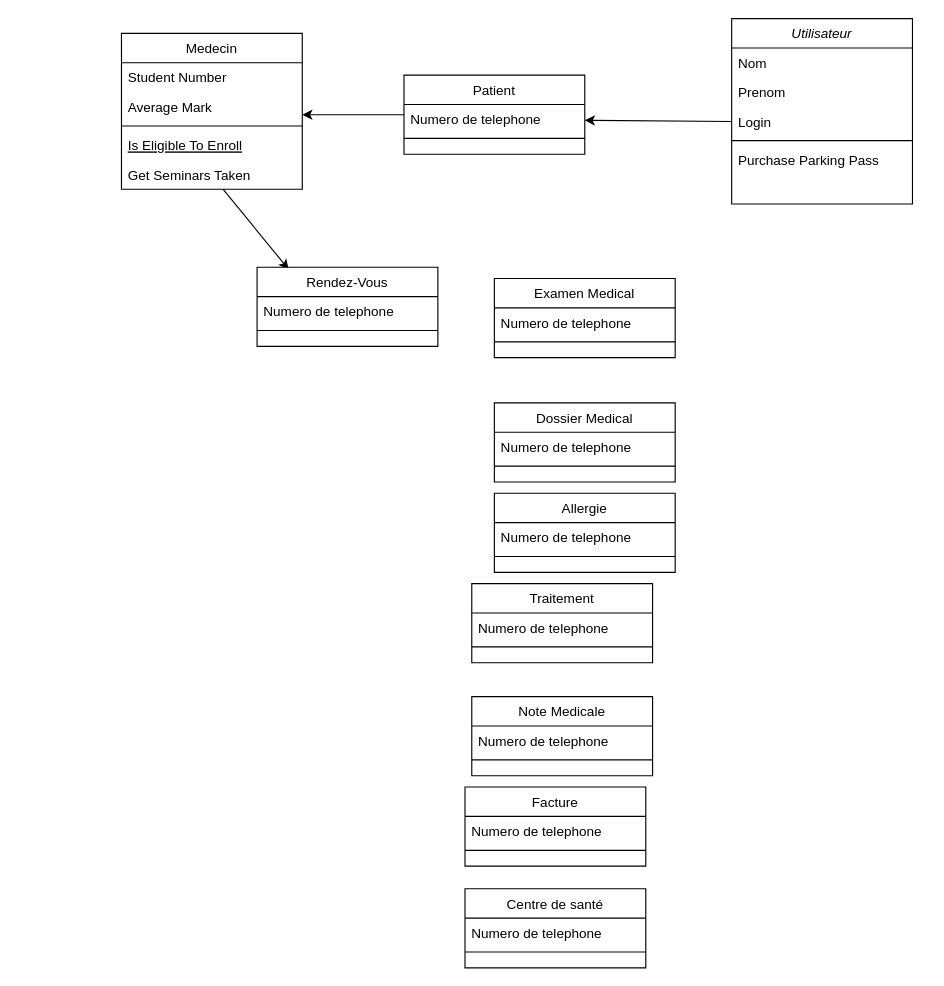
Earlier version of the draw.io diagram Diagramme des classes.drawio (2023SMAGIR2A/Medical-Info-A). Source tidied: cells renumbered, new cells numbered last; positions are measured from the earlier drawing's top-left corner, leaving out a move shared by most shapes. Both pictures are drawn from the tidied source at 113%, with x=0, y=0 at pixel (121, 18).
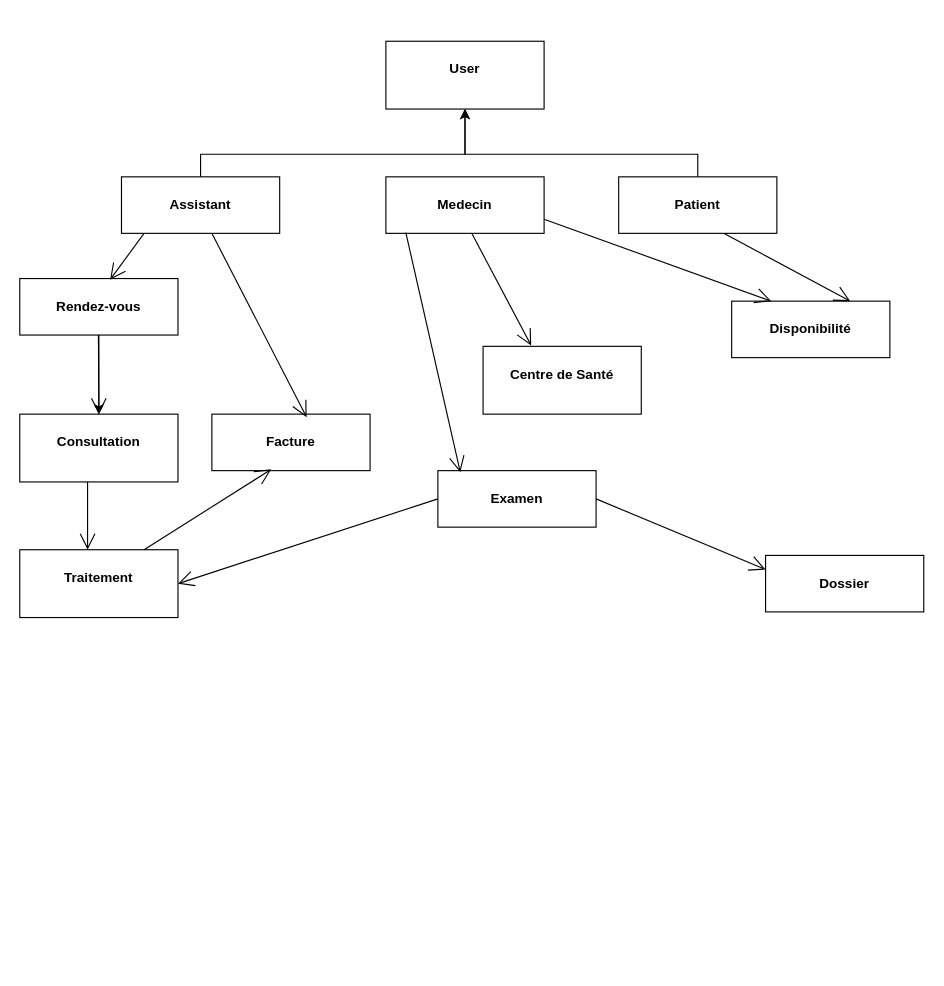
The same diagram, later.

Commit message:
Mettre à jour Diagramme des classes.drawio

The edit, as a diff of the source:
```diff
@@
-    <mxCell id="2" value="Utilisateur" style="swimlane;fontStyle=2;align=center;verticalAlign=top;horizontal=1;startSize=26;rounded=0;shadow=0;strokeWidth=1;" parent="1" vertex="1">
-      <mxGeometry x="540" width="160" height="164" as="geometry" />
-    </mxCell>
-    <mxCell id="3" value="Nom" style="text;align=left;verticalAlign=top;spacingLeft=4;spacingRight=4;overflow=hidden;" parent="2" vertex="1">
-      <mxGeometry y="26" width="160" height="26" as="geometry" />
-    </mxCell>
-    <mxCell id="4" value="Prenom" style="text;align=left;verticalAlign=top;spacingLeft=4;spacingRight=4;overflow=hidden;rounded=0;shadow=0;html=0;" parent="2" vertex="1">
-      <mxGeometry y="52" width="160" height="26" as="geometry" />
-    </mxCell>
-    <mxCell id="5" value="Login" style="text;align=left;verticalAlign=top;spacingLeft=4;spacingRight=4;overflow=hidden;points=[[0,0.5],[1,0.5]];portConstraint=eastwest;rounded=0;shadow=0;html=0;" parent="2" vertex="1">
-      <mxGeometry y="78" width="160" height="26" as="geometry" />
-    </mxCell>
-    <mxCell id="6" style="line;html=1;strokeWidth=1;align=left;verticalAlign=middle;spacingTop=-1;spacingLeft=3;spacingRight=3;labelPosition=right;" parent="2" vertex="1">
-      <mxGeometry y="104" width="160" height="8" as="geometry" />
-    </mxCell>
-    <mxCell id="7" value="Purchase Parking Pass" style="text;align=left;verticalAlign=top;spacingLeft=4;spacingRight=4;overflow=hidden;" parent="2" vertex="1">
-      <mxGeometry y="112" width="160" height="26" as="geometry" />
-    </mxCell>
+    <mxCell id="44" value="&lt;p style=&quot;margin:0px;margin-top:4px;text-align:center;&quot;&gt;&lt;br&gt;&lt;b&gt;User&lt;/b&gt;&lt;/p&gt;" style="verticalAlign=top;align=left;overflow=fill;fontSize=12;fontFamily=Helvetica;html=1;whiteSpace=wrap;" parent="1" vertex="1">
+      <mxGeometry x="234" y="20" width="140" height="60" as="geometry" />
+    </mxCell>
+    <mxCell id="45" style="edgeStyle=orthogonalEdgeStyle;rounded=0;jettySize=auto;html=1;entryX=0.5;entryY=1;entryDx=0;entryDy=0;" parent="1" edge="1" source="46" target="44">
+      <mxGeometry relative="1" as="geometry">
+        <Array as="points">
+          <mxPoint x="70" y="120" />
+          <mxPoint x="304" y="120" />
+        </Array>
+      </mxGeometry>
+    </mxCell>
+    <mxCell id="46" value="&lt;p style=&quot;margin:0px;margin-top:4px;text-align:center;&quot;&gt;&lt;br&gt;&lt;b&gt;Assistant&lt;/b&gt;&lt;/p&gt;" style="verticalAlign=top;align=left;overflow=fill;fontSize=12;fontFamily=Helvetica;html=1;whiteSpace=wrap;" parent="1" vertex="1">
+      <mxGeometry y="140" width="140" height="50" as="geometry" />
+    </mxCell>
+    <mxCell id="15" value="&lt;p style=&quot;margin:0px;margin-top:4px;text-align:center;&quot;&gt;&lt;br&gt;&lt;b&gt;Patient&lt;/b&gt;&lt;/p&gt;" style="verticalAlign=top;align=left;overflow=fill;fontSize=12;fontFamily=Helvetica;html=1;whiteSpace=wrap;" parent="1" vertex="1">
+      <mxGeometry x="440" y="140" width="140" height="50" as="geometry" />
+    </mxCell>
+    <mxCell id="47" value="&lt;p style=&quot;margin:0px;margin-top:4px;text-align:center;&quot;&gt;&lt;br&gt;&lt;b&gt;Examen&lt;/b&gt;&lt;/p&gt;" style="verticalAlign=top;align=left;overflow=fill;fontSize=12;fontFamily=Helvetica;html=1;whiteSpace=wrap;" parent="1" vertex="1">
+      <mxGeometry x="280" y="400" width="140" height="50" as="geometry" />
+    </mxCell>
+    <mxCell id="48" value="&lt;p style=&quot;margin:0px;margin-top:4px;text-align:center;&quot;&gt;&lt;br&gt;&lt;b&gt;Dossier&lt;/b&gt;&lt;/p&gt;" style="verticalAlign=top;align=left;overflow=fill;fontSize=12;fontFamily=Helvetica;html=1;whiteSpace=wrap;" parent="1" vertex="1">
+      <mxGeometry x="570" y="475" width="140" height="50" as="geometry" />
+    </mxCell>
+    <mxCell id="26" value="&lt;p style=&quot;margin:0px;margin-top:4px;text-align:center;&quot;&gt;&lt;br&gt;&lt;b&gt;Facture&lt;/b&gt;&lt;/p&gt;" style="verticalAlign=top;align=left;overflow=fill;fontSize=12;fontFamily=Helvetica;html=1;whiteSpace=wrap;" parent="1" vertex="1">
+      <mxGeometry x="80" y="350" width="140" height="50" as="geometry" />
+    </mxCell>
+    <mxCell id="49" value="&lt;p style=&quot;margin:0px;margin-top:4px;text-align:center;&quot;&gt;&lt;br&gt;&lt;b&gt;Consultation&lt;/b&gt;&lt;/p&gt;" style="verticalAlign=top;align=left;overflow=fill;fontSize=12;fontFamily=Helvetica;html=1;whiteSpace=wrap;" parent="1" vertex="1">
+      <mxGeometry x="-90" y="350" width="140" height="60" as="geometry" />
+    </mxCell>
+    <mxCell id="50" value="&lt;p style=&quot;margin:0px;margin-top:4px;text-align:center;&quot;&gt;&lt;br&gt;&lt;b&gt;Centre de Santé&lt;/b&gt;&lt;/p&gt;" style="verticalAlign=top;align=left;overflow=fill;fontSize=12;fontFamily=Helvetica;html=1;whiteSpace=wrap;" parent="1" vertex="1">
+      <mxGeometry x="320" y="290" width="140" height="60" as="geometry" />
+    </mxCell>
+    <mxCell id="51" value="&lt;p style=&quot;margin:0px;margin-top:4px;text-align:center;&quot;&gt;&lt;br&gt;&lt;b&gt;Disponibilité&lt;/b&gt;&lt;/p&gt;" style="verticalAlign=top;align=left;overflow=fill;fontSize=12;fontFamily=Helvetica;html=1;whiteSpace=wrap;" parent="1" vertex="1">
+      <mxGeometry x="540" y="250" width="140" height="50" as="geometry" />
+    </mxCell>
+    <mxCell id="52" style="edgeStyle=orthogonalEdgeStyle;rounded=0;jettySize=auto;html=1;entryX=0.5;entryY=1;entryDx=0;entryDy=0;exitX=0.5;exitY=0;exitDx=0;exitDy=0;" parent="1" edge="1" source="15" target="44">
+      <mxGeometry relative="1" as="geometry">
+        <Array as="points">
+          <mxPoint x="510" y="120" />
+          <mxPoint x="304" y="120" />
+        </Array>
+      </mxGeometry>
+    </mxCell>
-    <mxCell id="8" value="Medecin" style="swimlane;fontStyle=0;align=center;verticalAlign=top;horizontal=1;startSize=26;rounded=0;shadow=0;strokeWidth=1;" parent="1" vertex="1">
-      <mxGeometry y="13" width="160" height="138" as="geometry" />
+    <mxCell id="8" value="&lt;p style=&quot;margin:0px;margin-top:4px;text-align:center;&quot;&gt;&lt;br&gt;&lt;b&gt;Medecin&lt;/b&gt;&lt;/p&gt;" style="verticalAlign=top;align=left;overflow=fill;fontSize=12;fontFamily=Helvetica;html=1;whiteSpace=wrap;" parent="1" vertex="1">
+      <mxGeometry x="234" y="140" width="140" height="50" as="geometry" />
     </mxCell>
-    <mxCell id="9" value="Student Number" style="text;align=left;verticalAlign=top;spacingLeft=4;spacingRight=4;overflow=hidden;" parent="8" vertex="1">
-      <mxGeometry y="26" width="160" height="26" as="geometry" />
-    </mxCell>
-    <mxCell id="10" value="Average Mark" style="text;align=left;verticalAlign=top;spacingLeft=4;spacingRight=4;overflow=hidden;rounded=0;shadow=0;html=0;" parent="8" vertex="1">
-      <mxGeometry y="52" width="160" height="26" as="geometry" />
-    </mxCell>
-    <mxCell id="11" style="line;html=1;strokeWidth=1;align=left;verticalAlign=middle;spacingTop=-1;spacingLeft=3;spacingRight=3;labelPosition=right;" parent="8" vertex="1">
-      <mxGeometry y="78" width="160" height="8" as="geometry" />
-    </mxCell>
-    <mxCell id="12" value="Is Eligible To Enroll" style="text;align=left;verticalAlign=top;spacingLeft=4;spacingRight=4;overflow=hidden;fontStyle=4;" parent="8" vertex="1">
-      <mxGeometry y="86" width="160" height="26" as="geometry" />
-    </mxCell>
-    <mxCell id="13" value="Get Seminars Taken" style="text;align=left;verticalAlign=top;spacingLeft=4;spacingRight=4;overflow=hidden;" parent="8" vertex="1">
-      <mxGeometry y="112" width="160" height="26" as="geometry" />
-    </mxCell>
-    <mxCell id="14" style="endArrow=classic;html=1;rounded=0;entryX=0.175;entryY=0.029;entryDx=0;entryDy=0;entryPerimeter=0;" parent="8" edge="1" target="20">
-      <mxGeometry relative="1" as="geometry">
-        <mxPoint x="90" y="138" as="sourcePoint" />
-      </mxGeometry>
-    </mxCell>
-    <mxCell id="15" value="Patient" style="swimlane;fontStyle=0;align=center;verticalAlign=top;horizontal=1;startSize=26;rounded=0;shadow=0;strokeWidth=1;" parent="1" vertex="1">
-      <mxGeometry x="250" y="50" width="160" height="70" as="geometry" />
-    </mxCell>
-    <mxCell id="16" value="Numero de telephone" style="text;align=left;verticalAlign=top;spacingLeft=4;spacingRight=4;overflow=hidden;" parent="15" vertex="1">
-      <mxGeometry y="26" width="160" height="26" as="geometry" />
-    </mxCell>
-    <mxCell id="17" style="line;html=1;strokeWidth=1;align=left;verticalAlign=middle;spacingTop=-1;spacingLeft=3;spacingRight=3;labelPosition=right;" parent="15" vertex="1">
-      <mxGeometry y="52" width="160" height="8" as="geometry" />
-    </mxCell>
-    <mxCell id="18" style="endArrow=classic;html=1;rounded=0;exitX=0;exitY=0.5;exitDx=0;exitDy=0;" parent="1" edge="1" source="5">
-      <mxGeometry relative="1" as="geometry">
-        <mxPoint x="410" y="90" as="targetPoint" />
-      </mxGeometry>
-    </mxCell>
-    <mxCell id="19" style="endArrow=classic;html=1;rounded=0;" parent="1" edge="1">
-      <mxGeometry relative="1" as="geometry">
-        <mxPoint x="250" y="85" as="sourcePoint" />
-        <mxPoint x="160" y="85" as="targetPoint" />
-      </mxGeometry>
-    </mxCell>
-    <mxCell id="20" value="Rendez-Vous" style="swimlane;fontStyle=0;align=center;verticalAlign=top;horizontal=1;startSize=26;rounded=0;shadow=0;strokeWidth=1;" parent="1" vertex="1">
-      <mxGeometry x="120" y="220" width="160" height="70" as="geometry" />
-    </mxCell>
-    <mxCell id="21" value="Numero de telephone" style="text;align=left;verticalAlign=top;spacingLeft=4;spacingRight=4;overflow=hidden;" parent="20" vertex="1">
-      <mxGeometry y="26" width="160" height="26" as="geometry" />
-    </mxCell>
-    <mxCell id="22" style="line;html=1;strokeWidth=1;align=left;verticalAlign=middle;spacingTop=-1;spacingLeft=3;spacingRight=3;labelPosition=right;" parent="20" vertex="1">
-      <mxGeometry y="52" width="160" height="8" as="geometry" />
-    </mxCell>
-    <mxCell id="23" value="Centre de santé" style="swimlane;fontStyle=0;align=center;verticalAlign=top;horizontal=1;startSize=26;rounded=0;shadow=0;strokeWidth=1;" parent="1" vertex="1">
-      <mxGeometry x="304" y="770" width="160" height="70" as="geometry" />
-    </mxCell>
-    <mxCell id="24" value="Numero de telephone" style="text;align=left;verticalAlign=top;spacingLeft=4;spacingRight=4;overflow=hidden;" parent="23" vertex="1">
-      <mxGeometry y="26" width="160" height="26" as="geometry" />
-    </mxCell>
-    <mxCell id="25" style="line;html=1;strokeWidth=1;align=left;verticalAlign=middle;spacingTop=-1;spacingLeft=3;spacingRight=3;labelPosition=right;" parent="23" vertex="1">
-      <mxGeometry y="52" width="160" height="8" as="geometry" />
-    </mxCell>
-    <mxCell id="26" value="Facture" style="swimlane;fontStyle=0;align=center;verticalAlign=top;horizontal=1;startSize=26;rounded=0;shadow=0;strokeWidth=1;" parent="1" vertex="1">
-      <mxGeometry x="304" y="680" width="160" height="70" as="geometry" />
-    </mxCell>
-    <mxCell id="27" value="Numero de telephone" style="text;align=left;verticalAlign=top;spacingLeft=4;spacingRight=4;overflow=hidden;" parent="26" vertex="1">
-      <mxGeometry y="26" width="160" height="26" as="geometry" />
-    </mxCell>
-    <mxCell id="28" style="line;html=1;strokeWidth=1;align=left;verticalAlign=middle;spacingTop=-1;spacingLeft=3;spacingRight=3;labelPosition=right;" parent="26" vertex="1">
-      <mxGeometry y="52" width="160" height="8" as="geometry" />
-    </mxCell>
-    <mxCell id="29" value="Dossier Medical" style="swimlane;fontStyle=0;align=center;verticalAlign=top;horizontal=1;startSize=26;rounded=0;shadow=0;strokeWidth=1;" parent="1" vertex="1">
-      <mxGeometry x="330" y="340" width="160" height="70" as="geometry" />
-    </mxCell>
-    <mxCell id="30" value="Numero de telephone" style="text;align=left;verticalAlign=top;spacingLeft=4;spacingRight=4;overflow=hidden;" parent="29" vertex="1">
-      <mxGeometry y="26" width="160" height="26" as="geometry" />
-    </mxCell>
-    <mxCell id="31" style="line;html=1;strokeWidth=1;align=left;verticalAlign=middle;spacingTop=-1;spacingLeft=3;spacingRight=3;labelPosition=right;" parent="29" vertex="1">
-      <mxGeometry y="52" width="160" height="8" as="geometry" />
-    </mxCell>
-    <mxCell id="32" value="Note Medicale" style="swimlane;fontStyle=0;align=center;verticalAlign=top;horizontal=1;startSize=26;rounded=0;shadow=0;strokeWidth=1;" parent="1" vertex="1">
-      <mxGeometry x="310" y="600" width="160" height="70" as="geometry" />
-    </mxCell>
-    <mxCell id="33" value="Numero de telephone" style="text;align=left;verticalAlign=top;spacingLeft=4;spacingRight=4;overflow=hidden;" parent="32" vertex="1">
-      <mxGeometry y="26" width="160" height="26" as="geometry" />
-    </mxCell>
-    <mxCell id="34" style="line;html=1;strokeWidth=1;align=left;verticalAlign=middle;spacingTop=-1;spacingLeft=3;spacingRight=3;labelPosition=right;" parent="32" vertex="1">
-      <mxGeometry y="52" width="160" height="8" as="geometry" />
-    </mxCell>
+    <mxCell id="53" style="edgeStyle=orthogonalEdgeStyle;rounded=0;jettySize=auto;html=1;" parent="1" edge="1" source="54" target="49">
+      <mxGeometry relative="1" as="geometry" />
+    </mxCell>
+    <mxCell id="54" value="&lt;p style=&quot;margin:0px;margin-top:4px;text-align:center;&quot;&gt;&lt;br&gt;&lt;b&gt;Rendez-vous&lt;/b&gt;&lt;/p&gt;" style="verticalAlign=top;align=left;overflow=fill;fontSize=12;fontFamily=Helvetica;html=1;whiteSpace=wrap;" parent="1" vertex="1">
+      <mxGeometry x="-90" y="230" width="140" height="50" as="geometry" />
+    </mxCell>
+    <mxCell id="55" style="endArrow=open;endFill=1;endSize=12;html=1;rounded=0;exitX=1;exitY=0.5;exitDx=0;exitDy=0;entryX=0;entryY=0.25;entryDx=0;entryDy=0;" parent="1" edge="1" source="47" target="48">
+      <mxGeometry relative="1" as="geometry" />
+    </mxCell>
+    <mxCell id="56" style="endArrow=open;endFill=1;endSize=12;html=1;rounded=0;entryX=0.75;entryY=0;entryDx=0;entryDy=0;exitX=0.667;exitY=1.003;exitDx=0;exitDy=0;exitPerimeter=0;" parent="1" edge="1" source="15" target="51">
+      <mxGeometry relative="1" as="geometry" />
+    </mxCell>
+    <mxCell id="57" style="endArrow=open;endFill=1;endSize=12;html=1;rounded=0;entryX=0.25;entryY=0;entryDx=0;entryDy=0;exitX=1;exitY=0.75;exitDx=0;exitDy=0;" parent="1" edge="1" source="8" target="51">
+      <mxGeometry relative="1" as="geometry" />
+    </mxCell>
+    <mxCell id="58" style="endArrow=open;endFill=1;endSize=12;html=1;rounded=0;entryX=0.304;entryY=-0.012;entryDx=0;entryDy=0;entryPerimeter=0;" parent="1" edge="1" target="50">
+      <mxGeometry relative="1" as="geometry">
+        <mxPoint x="310" y="190" as="sourcePoint" />
+      </mxGeometry>
+    </mxCell>
+    <mxCell id="59" style="endArrow=open;endFill=1;endSize=12;html=1;rounded=0;" parent="1" edge="1">
+      <mxGeometry relative="1" as="geometry">
+        <mxPoint x="-20.4" y="280" as="sourcePoint" />
+        <mxPoint x="-20" y="350" as="targetPoint" />
+      </mxGeometry>
+    </mxCell>
+    <mxCell id="60" style="endArrow=open;endFill=1;endSize=12;html=1;rounded=0;entryX=0.599;entryY=0.056;entryDx=0;entryDy=0;entryPerimeter=0;" parent="1" edge="1" target="26">
+      <mxGeometry relative="1" as="geometry">
+        <mxPoint x="80" y="190" as="sourcePoint" />
+      </mxGeometry>
+    </mxCell>
+    <mxCell id="61" style="endArrow=open;endFill=1;endSize=12;html=1;rounded=0;entryX=0.571;entryY=0.021;entryDx=0;entryDy=0;entryPerimeter=0;" parent="1" edge="1" target="54">
+      <mxGeometry relative="1" as="geometry">
+        <mxPoint x="20" y="190" as="sourcePoint" />
+      </mxGeometry>
+    </mxCell>
-    <mxCell id="35" value="Traitement" style="swimlane;fontStyle=0;align=center;verticalAlign=top;horizontal=1;startSize=26;rounded=0;shadow=0;strokeWidth=1;" parent="1" vertex="1">
-      <mxGeometry x="310" y="500" width="160" height="70" as="geometry" />
+    <mxCell id="35" value="&lt;p style=&quot;margin:0px;margin-top:4px;text-align:center;&quot;&gt;&lt;br&gt;&lt;b&gt;Traitement&lt;/b&gt;&lt;/p&gt;" style="verticalAlign=top;align=left;overflow=fill;fontSize=12;fontFamily=Helvetica;html=1;whiteSpace=wrap;" parent="1" vertex="1">
+      <mxGeometry x="-90" y="470" width="140" height="60" as="geometry" />
     </mxCell>
-    <mxCell id="36" value="Numero de telephone" style="text;align=left;verticalAlign=top;spacingLeft=4;spacingRight=4;overflow=hidden;" parent="35" vertex="1">
-      <mxGeometry y="26" width="160" height="26" as="geometry" />
-    </mxCell>
-    <mxCell id="37" style="line;html=1;strokeWidth=1;align=left;verticalAlign=middle;spacingTop=-1;spacingLeft=3;spacingRight=3;labelPosition=right;" parent="35" vertex="1">
-      <mxGeometry y="52" width="160" height="8" as="geometry" />
-    </mxCell>
-    <mxCell id="38" value="Allergie" style="swimlane;fontStyle=0;align=center;verticalAlign=top;horizontal=1;startSize=26;rounded=0;shadow=0;strokeWidth=1;" parent="1" vertex="1">
-      <mxGeometry x="330" y="420" width="160" height="70" as="geometry" />
-    </mxCell>
-    <mxCell id="39" value="Numero de telephone" style="text;align=left;verticalAlign=top;spacingLeft=4;spacingRight=4;overflow=hidden;" parent="38" vertex="1">
-      <mxGeometry y="26" width="160" height="26" as="geometry" />
-    </mxCell>
-    <mxCell id="40" style="line;html=1;strokeWidth=1;align=left;verticalAlign=middle;spacingTop=-1;spacingLeft=3;spacingRight=3;labelPosition=right;" parent="38" vertex="1">
-      <mxGeometry y="52" width="160" height="8" as="geometry" />
-    </mxCell>
-    <mxCell id="41" value="Examen Medical" style="swimlane;fontStyle=0;align=center;verticalAlign=top;horizontal=1;startSize=26;rounded=0;shadow=0;strokeWidth=1;" parent="1" vertex="1">
-      <mxGeometry x="330" y="230" width="160" height="70" as="geometry" />
-    </mxCell>
-    <mxCell id="42" value="Numero de telephone" style="text;align=left;verticalAlign=top;spacingLeft=4;spacingRight=4;overflow=hidden;" parent="41" vertex="1">
-      <mxGeometry y="26" width="160" height="26" as="geometry" />
-    </mxCell>
-    <mxCell id="43" style="line;html=1;strokeWidth=1;align=left;verticalAlign=middle;spacingTop=-1;spacingLeft=3;spacingRight=3;labelPosition=right;" parent="41" vertex="1">
-      <mxGeometry y="52" width="160" height="8" as="geometry" />
-    </mxCell>
+    <mxCell id="62" style="endArrow=open;endFill=1;endSize=12;html=1;rounded=0;" parent="1" edge="1">
+      <mxGeometry relative="1" as="geometry">
+        <mxPoint x="-30" y="410" as="sourcePoint" />
+        <mxPoint x="-30" y="470" as="targetPoint" />
+      </mxGeometry>
+    </mxCell>
+    <mxCell id="63" style="endArrow=open;endFill=1;endSize=12;html=1;rounded=0;entryX=0.375;entryY=0.977;entryDx=0;entryDy=0;entryPerimeter=0;" parent="1" edge="1" target="26">
+      <mxGeometry relative="1" as="geometry">
+        <mxPoint x="20" y="470" as="sourcePoint" />
+      </mxGeometry>
+    </mxCell>
+    <mxCell id="64" style="endArrow=open;endFill=1;endSize=12;html=1;rounded=0;exitX=0.126;exitY=0.986;exitDx=0;exitDy=0;exitPerimeter=0;entryX=0.142;entryY=0.03;entryDx=0;entryDy=0;entryPerimeter=0;" parent="1" edge="1" source="8" target="47">
+      <mxGeometry relative="1" as="geometry" />
+    </mxCell>
+    <mxCell id="65" style="endArrow=open;endFill=1;endSize=12;html=1;rounded=0;exitX=0;exitY=0.5;exitDx=0;exitDy=0;entryX=1;entryY=0.5;entryDx=0;entryDy=0;" parent="1" edge="1" source="47" target="35">
+      <mxGeometry relative="1" as="geometry" />
+    </mxCell>
```
